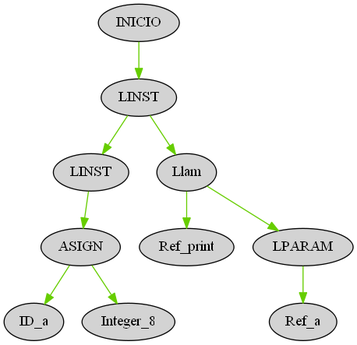
Above: OLC2P12020/AST_proyecto.png in ElmerAlay/OLC21P2020 (Graphviz), before the change. Its source is kept beside it as OLC2P12020/AST_proyecto.dot.
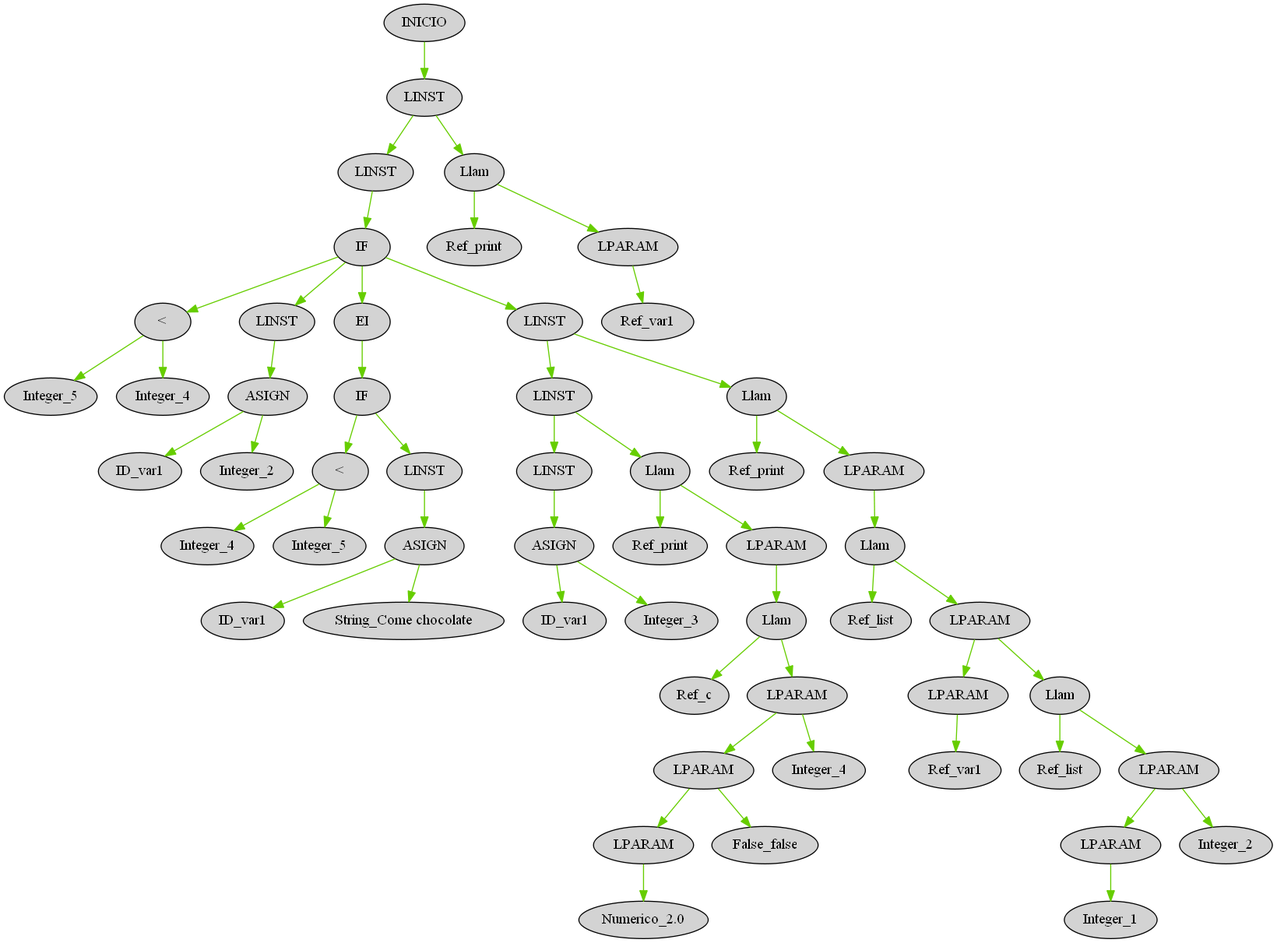
The same file after the commit.

The edit, as a diff of the source:
```diff
@@ -1,31 +1,166 @@
 digraph G { node[shape=oval, style=filled, collor=coral]; edge[color=chartreuse3]; rankdir=UD
 
-"49" [label="INICIO"]
-"48" [label="LINST"]
-"49" -> "48"
-"48" [label="LINST"]
-"43" [label="LINST"]
-"48" -> "43"
-"43" [label="LINST"]
-"42" [label="ASIGN"]
-"43" -> "42"
-"42" [label="ASIGN"]
-"41" [label="ID_a"]
-"42" -> "41"
-"42" [label="ASIGN"]
-"40" [label="Integer_8"]
-"42" -> "40"
-"48" [label="LINST"]
-"47" [label="Llam"]
-"48" -> "47"
-"47" [label="Llam"]
-"46" [label="Ref_print"]
-"47" -> "46"
-"47" [label="Llam"]
-"45" [label="LPARAM"]
-"47" -> "45"
-"45" [label="LPARAM"]
-"44" [label="Ref_a"]
-"45" -> "44"
+"150" [label="INICIO"]
+"149" [label="LINST"]
+"150" -> "149"
+"149" [label="LINST"]
+"144" [label="LINST"]
+"149" -> "144"
+"144" [label="LINST"]
+"143" [label="IF"]
+"144" -> "143"
+"143" [label="IF"]
+"98" [label="<"]
+"143" -> "98"
+"98" [label="<"]
+"96" [label="Integer_5"]
+"98" -> "96"
+"98" [label="<"]
+"97" [label="Integer_4"]
+"98" -> "97"
+"143" [label="IF"]
+"102" [label="LINST"]
+"143" -> "102"
+"102" [label="LINST"]
+"101" [label="ASIGN"]
+"102" -> "101"
+"101" [label="ASIGN"]
+"100" [label="ID_var1"]
+"101" -> "100"
+"101" [label="ASIGN"]
+"99" [label="Integer_2"]
+"101" -> "99"
+"143" [label="IF"]
+"111" [label="EI"]
+"143" -> "111"
+"111" [label="EI"]
+"110" [label="IF"]
+"111" -> "110"
+"110" [label="IF"]
+"105" [label="<"]
+"110" -> "105"
+"105" [label="<"]
+"103" [label="Integer_4"]
+"105" -> "103"
+"105" [label="<"]
+"104" [label="Integer_5"]
+"105" -> "104"
+"110" [label="IF"]
+"109" [label="LINST"]
+"110" -> "109"
+"109" [label="LINST"]
+"108" [label="ASIGN"]
+"109" -> "108"
+"108" [label="ASIGN"]
+"107" [label="ID_var1"]
+"108" -> "107"
+"108" [label="ASIGN"]
+"106" [label="String_Come chocolate"]
+"108" -> "106"
+"143" [label="IF"]
+"142" [label="LINST"]
+"143" -> "142"
+"142" [label="LINST"]
+"127" [label="LINST"]
+"142" -> "127"
+"127" [label="LINST"]
+"115" [label="LINST"]
+"127" -> "115"
+"115" [label="LINST"]
+"114" [label="ASIGN"]
+"115" -> "114"
+"114" [label="ASIGN"]
+"113" [label="ID_var1"]
+"114" -> "113"
+"114" [label="ASIGN"]
+"112" [label="Integer_3"]
+"114" -> "112"
+"127" [label="LINST"]
+"126" [label="Llam"]
+"127" -> "126"
+"126" [label="Llam"]
+"125" [label="Ref_print"]
+"126" -> "125"
+"126" [label="Llam"]
+"124" [label="LPARAM"]
+"126" -> "124"
+"124" [label="LPARAM"]
+"123" [label="Llam"]
+"124" -> "123"
+"123" [label="Llam"]
+"122" [label="Ref_c"]
+"123" -> "122"
+"123" [label="Llam"]
+"121" [label="LPARAM"]
+"123" -> "121"
+"121" [label="LPARAM"]
+"119" [label="LPARAM"]
+"121" -> "119"
+"119" [label="LPARAM"]
+"117" [label="LPARAM"]
+"119" -> "117"
+"117" [label="LPARAM"]
+"116" [label="Numerico_2.0"]
+"117" -> "116"
+"119" [label="LPARAM"]
+"118" [label="False_false"]
+"119" -> "118"
+"121" [label="LPARAM"]
+"120" [label="Integer_4"]
+"121" -> "120"
+"142" [label="LINST"]
+"141" [label="Llam"]
+"142" -> "141"
+"141" [label="Llam"]
+"140" [label="Ref_print"]
+"141" -> "140"
+"141" [label="Llam"]
+"139" [label="LPARAM"]
+"141" -> "139"
+"139" [label="LPARAM"]
+"138" [label="Llam"]
+"139" -> "138"
+"138" [label="Llam"]
+"137" [label="Ref_list"]
+"138" -> "137"
+"138" [label="Llam"]
+"136" [label="LPARAM"]
+"138" -> "136"
+"136" [label="LPARAM"]
+"129" [label="LPARAM"]
+"136" -> "129"
+"129" [label="LPARAM"]
+"128" [label="Ref_var1"]
+"129" -> "128"
+"136" [label="LPARAM"]
+"135" [label="Llam"]
+"136" -> "135"
+"135" [label="Llam"]
+"134" [label="Ref_list"]
+"135" -> "134"
+"135" [label="Llam"]
+"133" [label="LPARAM"]
+"135" -> "133"
+"133" [label="LPARAM"]
+"131" [label="LPARAM"]
+"133" -> "131"
+"131" [label="LPARAM"]
+"130" [label="Integer_1"]
+"131" -> "130"
+"133" [label="LPARAM"]
+"132" [label="Integer_2"]
+"133" -> "132"
+"149" [label="LINST"]
+"148" [label="Llam"]
+"149" -> "148"
+"148" [label="Llam"]
+"147" [label="Ref_print"]
+"148" -> "147"
+"148" [label="Llam"]
+"146" [label="LPARAM"]
+"148" -> "146"
+"146" [label="LPARAM"]
+"145" [label="Ref_var1"]
+"146" -> "145"
 
 }
```
